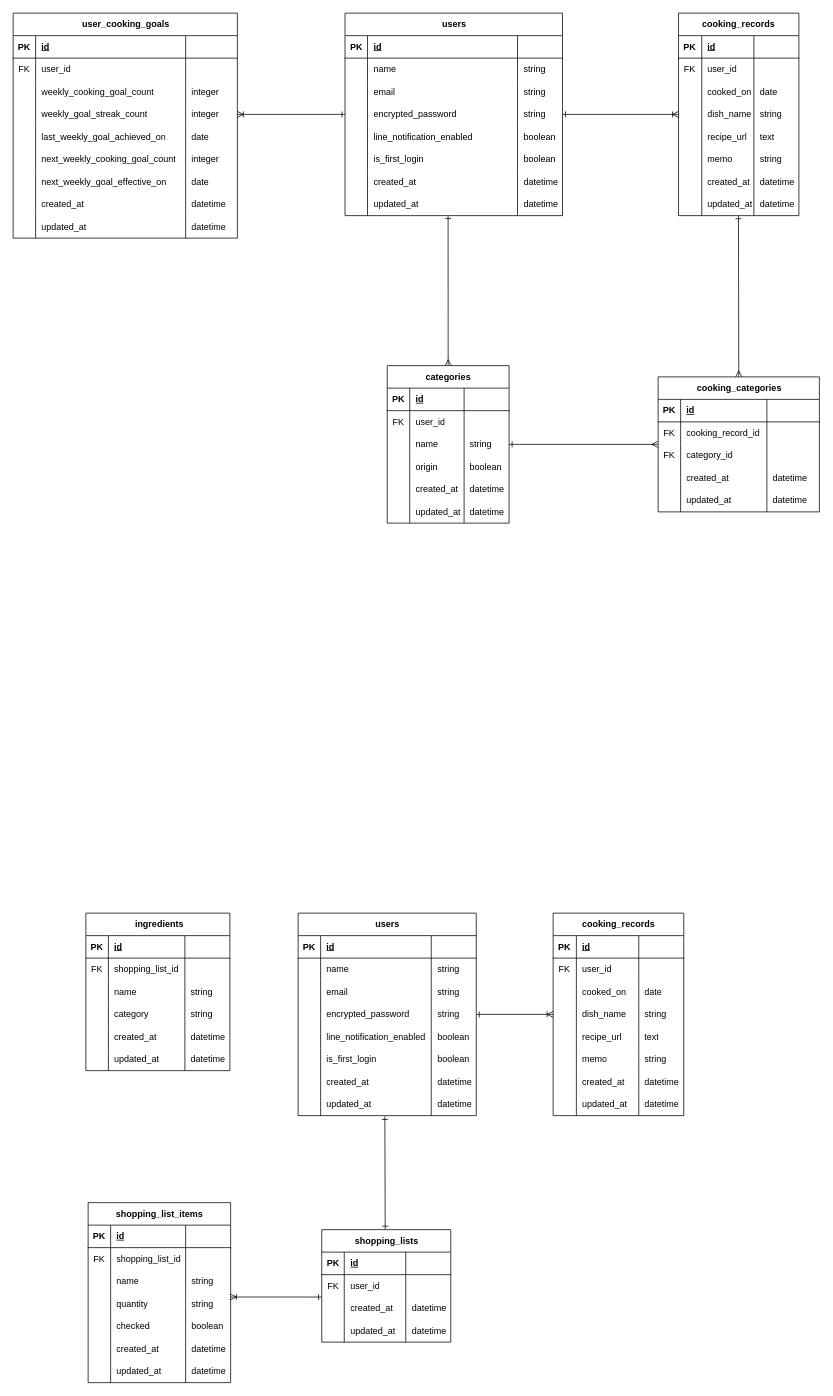
This is ER図.dio from koooohei0906/cooklog, a draw.io file, before an edit. Source tidied: cells renumbered, new cells numbered last; positions are measured from the earlier drawing's top-left corner, leaving out a move shared by most shapes. Both pictures are drawn from the tidied source at 75%, with x=0, y=0 at pixel (13, 13).
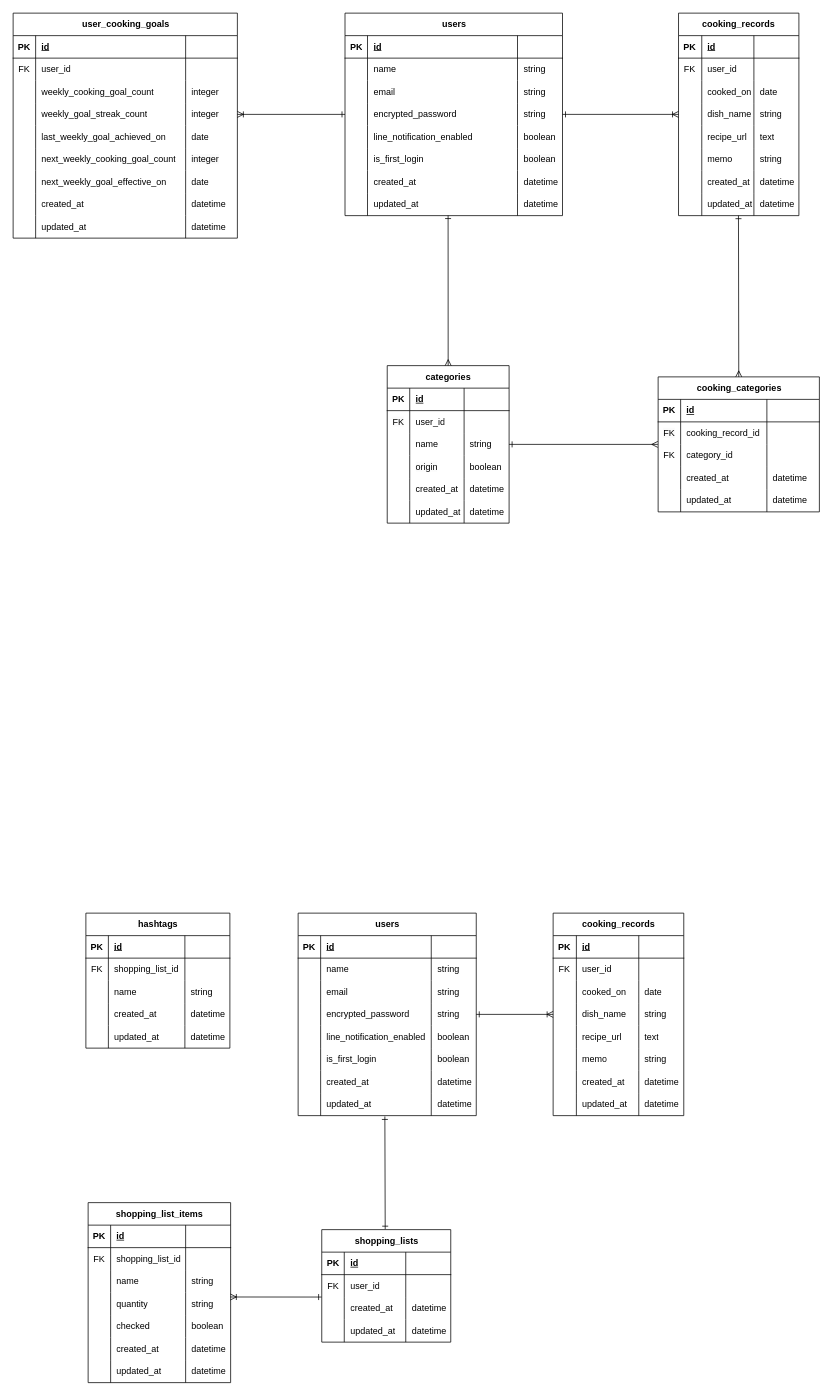
The same diagram, later.

Commit message (it also covers changes not shown here):
docs: さらなるREADMEとER図の更新

Change to the diagram source:
```diff
@@
-    <mxCell id="271" value="&amp;nbsp;ingredients" style="shape=table;startSize=30;childLayout=tableLayout;rowLines=0;fontStyle=1;align=center;html=1;" parent="1" vertex="1">
-      <mxGeometry x="97" y="1200" width="192" height="210" as="geometry" />
+    <mxCell id="271" value="&lt;span class=&quot;notion-enable-hover&quot;&gt;hashtags&lt;/span&gt;" style="shape=table;startSize=30;childLayout=tableLayout;rowLines=0;fontStyle=1;align=center;html=1;" parent="1" vertex="1">
+      <mxGeometry x="97" y="1200" width="192" height="180" as="geometry" />
     </mxCell>
@@
-    <mxCell id="284" style="shape=tableRow;horizontal=0;startSize=0;swimlaneHead=0;swimlaneBody=0;fillColor=none;top=0;left=0;right=0;bottom=0;" parent="271" vertex="1">
-      <mxGeometry y="120" width="192" height="30" as="geometry" />
-    </mxCell>
-    <mxCell id="285" style="shape=partialRectangle;fillColor=none;top=0;left=0;bottom=0;right=0;overflow=hidden;whiteSpace=wrap;html=1;" parent="284" vertex="1">
-      <mxGeometry width="30" height="30" as="geometry" />
-    </mxCell>
-    <mxCell id="286" value="category" style="shape=partialRectangle;fillColor=none;top=0;left=0;bottom=0;right=0;align=left;spacingLeft=6;overflow=hidden;whiteSpace=wrap;html=1;" parent="284" vertex="1">
-      <mxGeometry x="30" width="102" height="30" as="geometry" />
-    </mxCell>
-    <mxCell id="287" value="&lt;span style=&quot;color: rgb(0, 0, 0);&quot;&gt;string&lt;/span&gt;" style="shape=partialRectangle;fillColor=none;top=0;left=0;bottom=0;right=0;align=left;spacingLeft=6;overflow=hidden;whiteSpace=wrap;html=1;" parent="284" vertex="1">
-      <mxGeometry x="132" width="60" height="30" as="geometry" />
-    </mxCell>
     <mxCell id="288" style="shape=tableRow;horizontal=0;startSize=0;swimlaneHead=0;swimlaneBody=0;fillColor=none;top=0;left=0;right=0;bottom=0;" parent="271" vertex="1">
-      <mxGeometry y="150" width="192" height="30" as="geometry" />
+      <mxGeometry y="120" width="192" height="30" as="geometry" />
     </mxCell>
@@
     <mxCell id="292" style="shape=tableRow;horizontal=0;startSize=0;swimlaneHead=0;swimlaneBody=0;fillColor=none;top=0;left=0;right=0;bottom=0;" parent="271" vertex="1">
-      <mxGeometry y="180" width="192" height="30" as="geometry" />
+      <mxGeometry y="150" width="192" height="30" as="geometry" />
     </mxCell>
```
